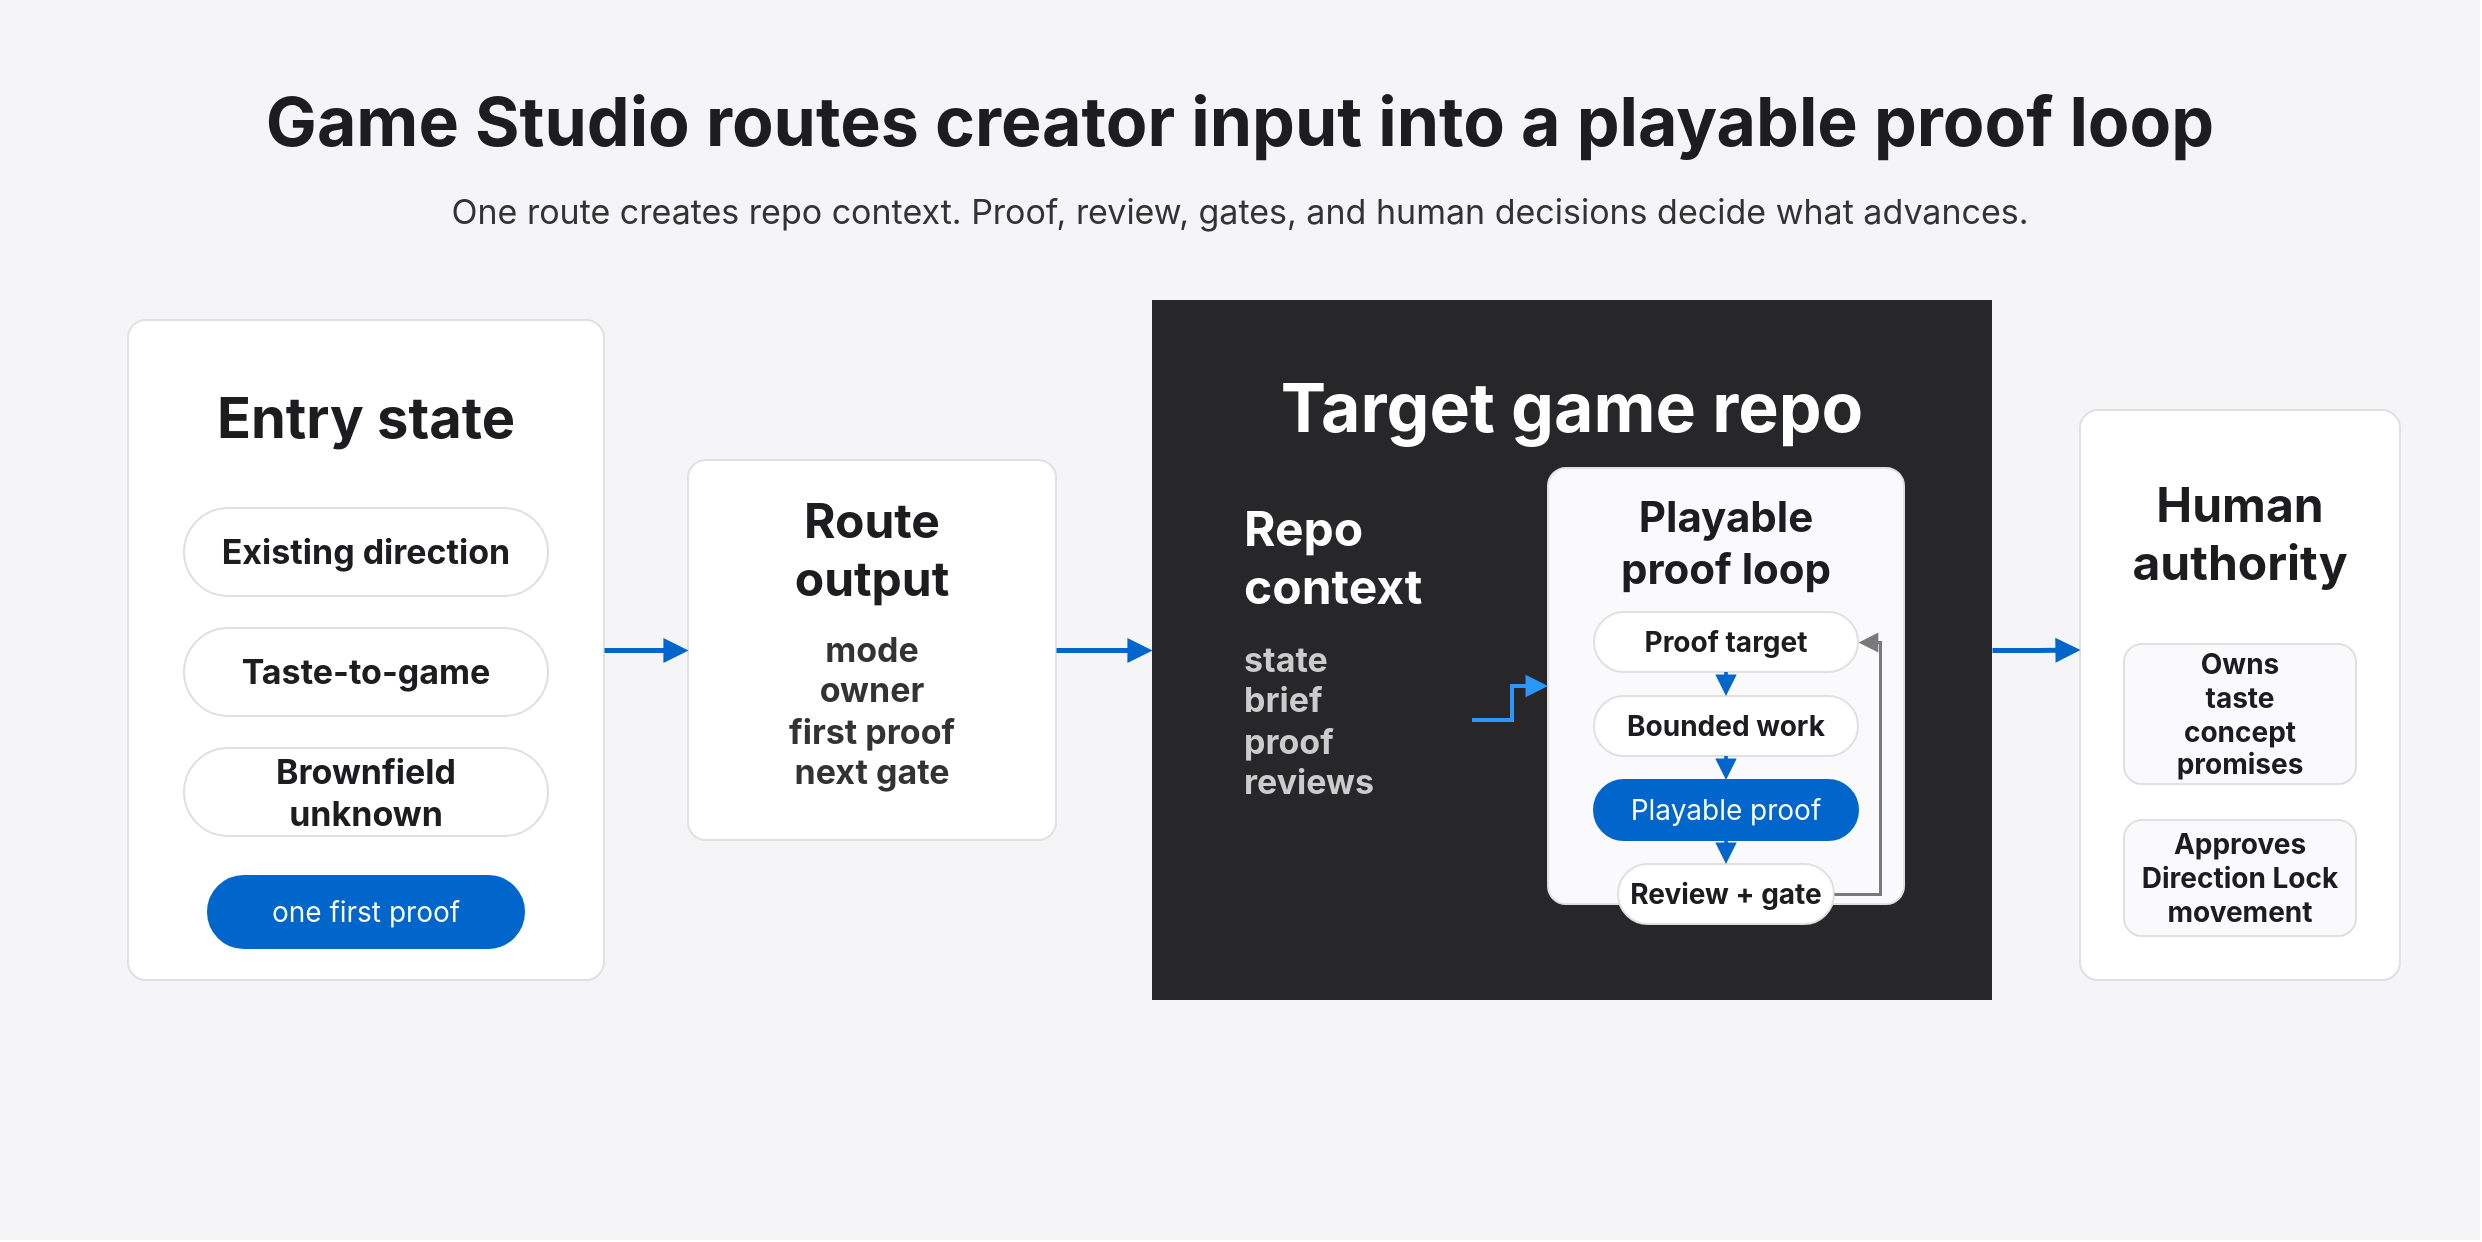
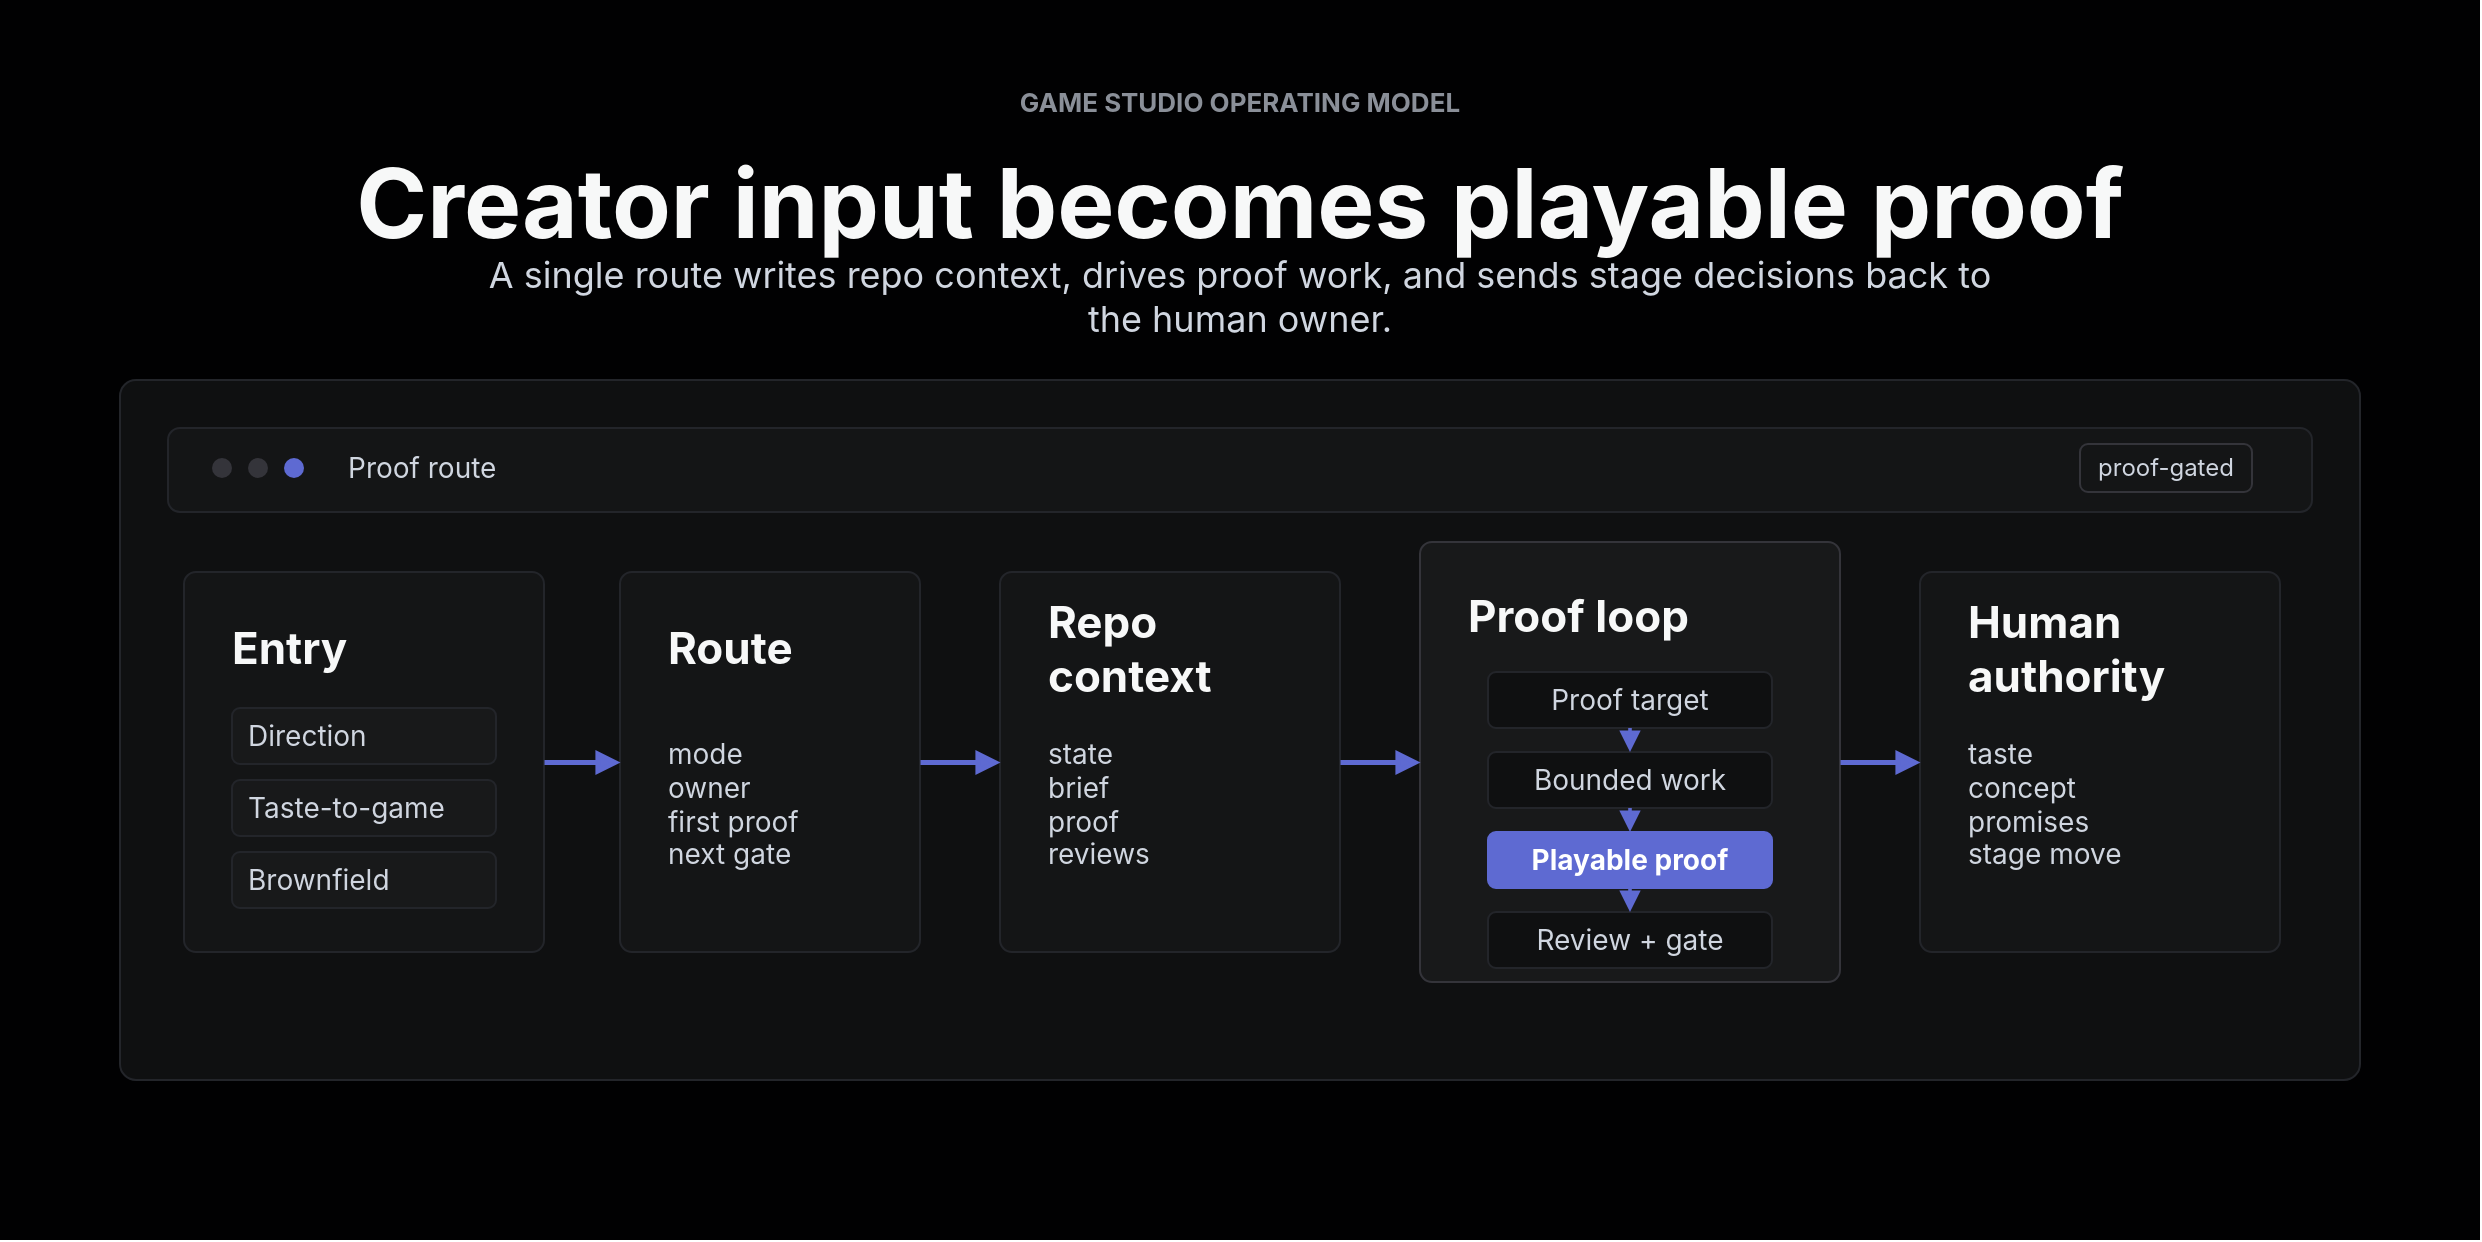
<mxfile host="app.diagrams.net" modified="2026-05-05T00:00:00.000Z" agent="Codex" version="24.7.17" type="device">
  <diagram id="game-studio-system-map" name="Game Studio system map">
    <mxGraphModel dx="1240" dy="620" grid="1" gridSize="10" guides="1" tooltips="1" connect="1" arrows="1" fold="1" page="1" pageScale="1" pageWidth="1240" pageHeight="620" math="0" shadow="0" adaptiveColors="auto">
      <root>
        <mxCell id="0" />
        <mxCell id="1" parent="0" />
-         <mxCell id="canvas" value="" style="rounded=0;whiteSpace=wrap;fillColor=#F5F5F7;strokeColor=none;container=1;pointerEvents=0;html=1;" vertex="1" parent="1">
+         <mxCell id="canvas" value="" style="rounded=0;whiteSpace=wrap;fillColor=#010102;strokeColor=none;container=1;pointerEvents=0;html=1;" vertex="1" parent="1">
          <mxGeometry x="0" y="0" width="1240" height="620" as="geometry" />
        </mxCell>
-         <mxCell id="title" value="Game Studio routes creator input into a playable proof loop" style="text;fontFamily=SF Pro Display,-apple-system,BlinkMacSystemFont,Inter,Helvetica,Arial;strokeColor=none;fillColor=none;align=center;verticalAlign=middle;whiteSpace=wrap;rounded=0;fontSize=34;fontStyle=1;fontColor=#1D1D1F;html=1;" vertex="1" parent="1">
-           <mxGeometry x="130" y="40" width="980" height="42" as="geometry" />
+         <mxCell id="eyebrow" value="GAME STUDIO OPERATING MODEL" style="text;fontFamily=Inter,SF Pro Display,-apple-system,system-ui,Segoe UI,Roboto;strokeColor=none;fillColor=none;align=center;verticalAlign=middle;whiteSpace=wrap;rounded=0;fontSize=13;fontStyle=1;fontColor=#8A8F98;spacing=0;html=1;" vertex="1" parent="1">
+           <mxGeometry x="420" y="42" width="400" height="18" as="geometry" />
        </mxCell>
-         <mxCell id="subtitle" value="One route creates repo context. Proof, review, gates, and human decisions decide what advances." style="text;fontFamily=SF Pro Text,-apple-system,BlinkMacSystemFont,Inter,Helvetica,Arial;strokeColor=none;fillColor=none;align=center;verticalAlign=middle;whiteSpace=wrap;rounded=0;fontSize=17;fontColor=#333333;html=1;" vertex="1" parent="1">
-           <mxGeometry x="220" y="92" width="800" height="28" as="geometry" />
+         <mxCell id="title" value="Creator input becomes playable proof" style="text;fontFamily=Inter,SF Pro Display,-apple-system,system-ui,Segoe UI,Roboto;strokeColor=none;fillColor=none;align=center;verticalAlign=middle;whiteSpace=wrap;rounded=0;fontSize=48;fontStyle=1;fontColor=#F7F8F8;spacing=0;html=1;" vertex="1" parent="1">
+           <mxGeometry x="150" y="72" width="940" height="58" as="geometry" />
        </mxCell>
-         <mxCell id="entry-card" value="" style="rounded=1;absoluteArcSize=1;arcSize=18;whiteSpace=wrap;fillColor=#FFFFFF;strokeColor=#E0E0E0;container=1;pointerEvents=0;html=1;" vertex="1" parent="1">
-           <mxGeometry x="64" y="160" width="238" height="330" as="geometry" />
+         <mxCell id="subtitle" value="A single route writes repo context, drives proof work, and sends stage decisions back to the human owner." style="text;fontFamily=Inter,SF Pro Display,-apple-system,system-ui,Segoe UI,Roboto;strokeColor=none;fillColor=none;align=center;verticalAlign=middle;whiteSpace=wrap;rounded=0;fontSize=18;fontColor=#D0D6E0;spacing=0;html=1;" vertex="1" parent="1">
+           <mxGeometry x="235" y="132" width="770" height="32" as="geometry" />
        </mxCell>
-         <mxCell id="entry-heading" value="Entry state" style="text;fontFamily=SF Pro Display,-apple-system,BlinkMacSystemFont,Inter,Helvetica,Arial;strokeColor=none;fillColor=none;align=center;verticalAlign=middle;whiteSpace=wrap;rounded=0;fontSize=28;fontStyle=1;fontColor=#1D1D1F;html=1;" vertex="1" parent="1">
-           <mxGeometry x="92" y="192" width="182" height="34" as="geometry" />
+         <mxCell id="screenshot-panel" value="" style="rounded=1;absoluteArcSize=1;arcSize=16;whiteSpace=wrap;fillColor=#0F1011;strokeColor=#23252A;container=1;pointerEvents=0;html=1;" vertex="1" parent="1">
+           <mxGeometry x="60" y="190" width="1120" height="350" as="geometry" />
        </mxCell>
-         <mxCell id="entry-direction" value="Existing direction" style="rounded=1;absoluteArcSize=1;arcSize=999;whiteSpace=wrap;fontFamily=SF Pro Text,-apple-system,BlinkMacSystemFont,Inter,Helvetica,Arial;spacing=8;fillColor=#FFFFFF;strokeColor=#E0E0E0;fontColor=#1D1D1F;fontSize=17;fontStyle=1;align=center;html=1;" vertex="1" parent="1">
-           <mxGeometry x="92" y="254" width="182" height="44" as="geometry" />
+         <mxCell id="panel-top" value="" style="rounded=1;absoluteArcSize=1;arcSize=12;whiteSpace=wrap;fillColor=#141516;strokeColor=#23252A;container=1;pointerEvents=0;html=1;" vertex="1" parent="1">
+           <mxGeometry x="84" y="214" width="1072" height="42" as="geometry" />
        </mxCell>
-         <mxCell id="entry-taste" value="Taste-to-game" style="rounded=1;absoluteArcSize=1;arcSize=999;whiteSpace=wrap;fontFamily=SF Pro Text,-apple-system,BlinkMacSystemFont,Inter,Helvetica,Arial;spacing=8;fillColor=#FFFFFF;strokeColor=#E0E0E0;fontColor=#1D1D1F;fontSize=17;fontStyle=1;align=center;html=1;" vertex="1" parent="1">
-           <mxGeometry x="92" y="314" width="182" height="44" as="geometry" />
+         <mxCell id="dot-a" value="" style="ellipse;whiteSpace=wrap;fillColor=#34343A;strokeColor=none;html=1;" vertex="1" parent="1">
+           <mxGeometry x="106" y="229" width="10" height="10" as="geometry" />
        </mxCell>
-         <mxCell id="entry-brownfield" value="Brownfield unknown" style="rounded=1;absoluteArcSize=1;arcSize=999;whiteSpace=wrap;fontFamily=SF Pro Text,-apple-system,BlinkMacSystemFont,Inter,Helvetica,Arial;spacing=8;fillColor=#FFFFFF;strokeColor=#E0E0E0;fontColor=#1D1D1F;fontSize=17;fontStyle=1;align=center;html=1;" vertex="1" parent="1">
-           <mxGeometry x="92" y="374" width="182" height="44" as="geometry" />
+         <mxCell id="dot-b" value="" style="ellipse;whiteSpace=wrap;fillColor=#34343A;strokeColor=none;html=1;" vertex="1" parent="1">
+           <mxGeometry x="124" y="229" width="10" height="10" as="geometry" />
        </mxCell>
-         <mxCell id="entry-first-proof" value="one first proof" style="rounded=1;absoluteArcSize=1;arcSize=999;whiteSpace=wrap;fontFamily=SF Pro Text,-apple-system,BlinkMacSystemFont,Inter,Helvetica,Arial;spacing=8;fillColor=#0066CC;strokeColor=#0066CC;fontColor=#FFFFFF;fontSize=14;align=center;html=1;" vertex="1" parent="1">
-           <mxGeometry x="104" y="438" width="158" height="36" as="geometry" />
+         <mxCell id="dot-c" value="" style="ellipse;whiteSpace=wrap;fillColor=#5E6AD2;strokeColor=none;html=1;" vertex="1" parent="1">
+           <mxGeometry x="142" y="229" width="10" height="10" as="geometry" />
        </mxCell>
-         <mxCell id="route-card" value="" style="rounded=1;absoluteArcSize=1;arcSize=18;whiteSpace=wrap;fillColor=#FFFFFF;strokeColor=#E0E0E0;container=1;pointerEvents=0;html=1;" vertex="1" parent="1">
-           <mxGeometry x="344" y="230" width="184" height="190" as="geometry" />
+         <mxCell id="panel-title" value="Proof route" style="text;fontFamily=Inter,SF Pro Display,-apple-system,system-ui,Segoe UI,Roboto;strokeColor=none;fillColor=none;align=left;verticalAlign=middle;whiteSpace=wrap;rounded=0;fontSize=14;fontColor=#D0D6E0;spacing=0;html=1;" vertex="1" parent="1">
+           <mxGeometry x="174" y="223" width="180" height="22" as="geometry" />
        </mxCell>
-         <mxCell id="route-title" value="Route output" style="text;fontFamily=SF Pro Display,-apple-system,BlinkMacSystemFont,Inter,Helvetica,Arial;strokeColor=none;fillColor=none;align=center;verticalAlign=middle;whiteSpace=wrap;rounded=0;fontSize=24;fontStyle=1;fontColor=#1D1D1F;html=1;" vertex="1" parent="1">
-           <mxGeometry x="372" y="260" width="128" height="30" as="geometry" />
+         <mxCell id="panel-status" value="proof-gated" style="rounded=1;absoluteArcSize=1;arcSize=8;whiteSpace=wrap;fontFamily=Inter,SF Pro Display,-apple-system,system-ui,Segoe UI,Roboto;spacing=8;fillColor=#141516;strokeColor=#34343A;fontColor=#D0D6E0;fontSize=12;align=center;html=1;" vertex="1" parent="1">
+           <mxGeometry x="1040" y="222" width="86" height="24" as="geometry" />
        </mxCell>
-         <mxCell id="route-list" value="mode&#xa;owner&#xa;first proof&#xa;next gate" style="text;fontFamily=SF Pro Text,-apple-system,BlinkMacSystemFont,Inter,Helvetica,Arial;strokeColor=none;fillColor=none;align=center;verticalAlign=middle;whiteSpace=wrap;rounded=0;fontSize=17;fontStyle=1;fontColor=#333333;html=1;" vertex="1" parent="1">
-           <mxGeometry x="384" y="314" width="104" height="82" as="geometry" />
+         <mxCell id="entry-card" value="" style="rounded=1;absoluteArcSize=1;arcSize=12;whiteSpace=wrap;fillColor=#141516;strokeColor=#23252A;container=1;pointerEvents=0;html=1;" vertex="1" parent="1">
+           <mxGeometry x="92" y="286" width="180" height="190" as="geometry" />
        </mxCell>
-         <mxCell id="repo-tile" value="" style="rounded=0;whiteSpace=wrap;fillColor=#272729;strokeColor=none;container=1;pointerEvents=0;html=1;" vertex="1" parent="1">
-           <mxGeometry x="576" y="150" width="420" height="350" as="geometry" />
+         <mxCell id="entry-title" value="Entry" style="text;fontFamily=Inter,SF Pro Display,-apple-system,system-ui,Segoe UI,Roboto;strokeColor=none;fillColor=none;align=left;verticalAlign=middle;whiteSpace=wrap;rounded=0;fontSize=22;fontStyle=1;fontColor=#F7F8F8;spacing=0;html=1;" vertex="1" parent="1">
+           <mxGeometry x="116" y="310" width="132" height="28" as="geometry" />
        </mxCell>
-         <mxCell id="repo-title" value="Target game repo" style="text;fontFamily=SF Pro Display,-apple-system,BlinkMacSystemFont,Inter,Helvetica,Arial;strokeColor=none;fillColor=none;align=center;verticalAlign=middle;whiteSpace=wrap;rounded=0;fontSize=34;fontStyle=1;fontColor=#FFFFFF;html=1;" vertex="1" parent="1">
-           <mxGeometry x="614" y="184" width="344" height="40" as="geometry" />
+         <mxCell id="entry-row-1" value="Direction" style="rounded=1;absoluteArcSize=1;arcSize=8;whiteSpace=wrap;fontFamily=Inter,SF Pro Display,-apple-system,system-ui,Segoe UI,Roboto;spacing=8;fillColor=#18191A;strokeColor=#23252A;fontColor=#D0D6E0;fontSize=14;align=left;html=1;" vertex="1" parent="1">
+           <mxGeometry x="116" y="354" width="132" height="28" as="geometry" />
        </mxCell>
-         <mxCell id="context-title" value="Repo context" style="text;fontFamily=SF Pro Display,-apple-system,BlinkMacSystemFont,Inter,Helvetica,Arial;strokeColor=none;fillColor=none;align=left;verticalAlign=middle;whiteSpace=wrap;rounded=0;fontSize=24;fontStyle=1;fontColor=#FFFFFF;html=1;" vertex="1" parent="1">
-           <mxGeometry x="620" y="264" width="150" height="30" as="geometry" />
+         <mxCell id="entry-row-2" value="Taste-to-game" style="rounded=1;absoluteArcSize=1;arcSize=8;whiteSpace=wrap;fontFamily=Inter,SF Pro Display,-apple-system,system-ui,Segoe UI,Roboto;spacing=8;fillColor=#18191A;strokeColor=#23252A;fontColor=#D0D6E0;fontSize=14;align=left;html=1;" vertex="1" parent="1">
+           <mxGeometry x="116" y="390" width="132" height="28" as="geometry" />
        </mxCell>
-         <mxCell id="context-list" value="state&#xa;brief&#xa;proof&#xa;reviews" style="text;fontFamily=SF Pro Text,-apple-system,BlinkMacSystemFont,Inter,Helvetica,Arial;strokeColor=none;fillColor=none;align=left;verticalAlign=middle;whiteSpace=wrap;rounded=0;fontSize=17;fontStyle=1;fontColor=#CCCCCC;html=1;" vertex="1" parent="1">
-           <mxGeometry x="620" y="318" width="116" height="84" as="geometry" />
+         <mxCell id="entry-row-3" value="Brownfield" style="rounded=1;absoluteArcSize=1;arcSize=8;whiteSpace=wrap;fontFamily=Inter,SF Pro Display,-apple-system,system-ui,Segoe UI,Roboto;spacing=8;fillColor=#18191A;strokeColor=#23252A;fontColor=#D0D6E0;fontSize=14;align=left;html=1;" vertex="1" parent="1">
+           <mxGeometry x="116" y="426" width="132" height="28" as="geometry" />
        </mxCell>
-         <mxCell id="proof-card" value="" style="rounded=1;absoluteArcSize=1;arcSize=18;whiteSpace=wrap;fillColor=#FAFAFC;strokeColor=#E0E0E0;container=1;pointerEvents=0;html=1;" vertex="1" parent="1">
-           <mxGeometry x="774" y="234" width="178" height="218" as="geometry" />
+         <mxCell id="route-card" value="" style="rounded=1;absoluteArcSize=1;arcSize=12;whiteSpace=wrap;fillColor=#141516;strokeColor=#23252A;container=1;pointerEvents=0;html=1;" vertex="1" parent="1">
+           <mxGeometry x="310" y="286" width="150" height="190" as="geometry" />
        </mxCell>
-         <mxCell id="proof-title" value="Playable proof loop" style="text;fontFamily=SF Pro Display,-apple-system,BlinkMacSystemFont,Inter,Helvetica,Arial;strokeColor=none;fillColor=none;align=center;verticalAlign=middle;whiteSpace=wrap;rounded=0;fontSize=21;fontStyle=1;fontColor=#1D1D1F;html=1;" vertex="1" parent="1">
-           <mxGeometry x="796" y="258" width="134" height="26" as="geometry" />
+         <mxCell id="route-title" value="Route" style="text;fontFamily=Inter,SF Pro Display,-apple-system,system-ui,Segoe UI,Roboto;strokeColor=none;fillColor=none;align=left;verticalAlign=middle;whiteSpace=wrap;rounded=0;fontSize=22;fontStyle=1;fontColor=#F7F8F8;spacing=0;html=1;" vertex="1" parent="1">
+           <mxGeometry x="334" y="310" width="102" height="28" as="geometry" />
        </mxCell>
-         <mxCell id="proof-target" value="Proof target" style="rounded=1;absoluteArcSize=1;arcSize=999;whiteSpace=wrap;fontFamily=SF Pro Text,-apple-system,BlinkMacSystemFont,Inter,Helvetica,Arial;spacing=6;fillColor=#FFFFFF;strokeColor=#E0E0E0;fontColor=#1D1D1F;fontSize=14;fontStyle=1;align=center;html=1;" vertex="1" parent="1">
-           <mxGeometry x="797" y="306" width="132" height="30" as="geometry" />
+         <mxCell id="route-list" value="mode&#xa;owner&#xa;first proof&#xa;next gate" style="text;fontFamily=Inter,SF Pro Display,-apple-system,system-ui,Segoe UI,Roboto;strokeColor=none;fillColor=none;align=left;verticalAlign=middle;whiteSpace=wrap;rounded=0;fontSize=14;fontColor=#D0D6E0;spacing=0;html=1;" vertex="1" parent="1">
+           <mxGeometry x="334" y="362" width="98" height="80" as="geometry" />
        </mxCell>
-         <mxCell id="proof-work" value="Bounded work" style="rounded=1;absoluteArcSize=1;arcSize=999;whiteSpace=wrap;fontFamily=SF Pro Text,-apple-system,BlinkMacSystemFont,Inter,Helvetica,Arial;spacing=6;fillColor=#FFFFFF;strokeColor=#E0E0E0;fontColor=#1D1D1F;fontSize=14;fontStyle=1;align=center;html=1;" vertex="1" parent="1">
-           <mxGeometry x="797" y="348" width="132" height="30" as="geometry" />
+         <mxCell id="context-card" value="" style="rounded=1;absoluteArcSize=1;arcSize=12;whiteSpace=wrap;fillColor=#141516;strokeColor=#23252A;container=1;pointerEvents=0;html=1;" vertex="1" parent="1">
+           <mxGeometry x="500" y="286" width="170" height="190" as="geometry" />
        </mxCell>
-         <mxCell id="proof-playable" value="Playable proof" style="rounded=1;absoluteArcSize=1;arcSize=999;whiteSpace=wrap;fontFamily=SF Pro Text,-apple-system,BlinkMacSystemFont,Inter,Helvetica,Arial;spacing=6;fillColor=#0066CC;strokeColor=#0066CC;fontColor=#FFFFFF;fontSize=14;align=center;html=1;" vertex="1" parent="1">
-           <mxGeometry x="797" y="390" width="132" height="30" as="geometry" />
+         <mxCell id="context-title" value="Repo context" style="text;fontFamily=Inter,SF Pro Display,-apple-system,system-ui,Segoe UI,Roboto;strokeColor=none;fillColor=none;align=left;verticalAlign=middle;whiteSpace=wrap;rounded=0;fontSize=22;fontStyle=1;fontColor=#F7F8F8;spacing=0;html=1;" vertex="1" parent="1">
+           <mxGeometry x="524" y="310" width="122" height="28" as="geometry" />
        </mxCell>
-         <mxCell id="proof-review" value="Review + gate" style="rounded=1;absoluteArcSize=1;arcSize=999;whiteSpace=wrap;fontFamily=SF Pro Text,-apple-system,BlinkMacSystemFont,Inter,Helvetica,Arial;spacing=6;fillColor=#FFFFFF;strokeColor=#E0E0E0;fontColor=#1D1D1F;fontSize=14;fontStyle=1;align=center;html=1;" vertex="1" parent="1">
-           <mxGeometry x="809" y="432" width="108" height="30" as="geometry" />
+         <mxCell id="context-list" value="state&#xa;brief&#xa;proof&#xa;reviews" style="text;fontFamily=Inter,SF Pro Display,-apple-system,system-ui,Segoe UI,Roboto;strokeColor=none;fillColor=none;align=left;verticalAlign=middle;whiteSpace=wrap;rounded=0;fontSize=14;fontColor=#D0D6E0;spacing=0;html=1;" vertex="1" parent="1">
+           <mxGeometry x="524" y="362" width="98" height="80" as="geometry" />
        </mxCell>
-         <mxCell id="human-card" value="" style="rounded=1;absoluteArcSize=1;arcSize=18;whiteSpace=wrap;fillColor=#FFFFFF;strokeColor=#E0E0E0;container=1;pointerEvents=0;html=1;" vertex="1" parent="1">
-           <mxGeometry x="1040" y="205" width="160" height="285" as="geometry" />
+         <mxCell id="proof-card" value="" style="rounded=1;absoluteArcSize=1;arcSize=12;whiteSpace=wrap;fillColor=#18191A;strokeColor=#34343A;container=1;pointerEvents=0;html=1;" vertex="1" parent="1">
+           <mxGeometry x="710" y="271" width="210" height="220" as="geometry" />
        </mxCell>
-         <mxCell id="human-title" value="Human&#xa;authority" style="text;fontFamily=SF Pro Display,-apple-system,BlinkMacSystemFont,Inter,Helvetica,Arial;strokeColor=none;fillColor=none;align=center;verticalAlign=middle;whiteSpace=wrap;rounded=0;fontSize=24;fontStyle=1;fontColor=#1D1D1F;html=1;" vertex="1" parent="1">
-           <mxGeometry x="1060" y="238" width="120" height="58" as="geometry" />
+         <mxCell id="proof-title" value="Proof loop" style="text;fontFamily=Inter,SF Pro Display,-apple-system,system-ui,Segoe UI,Roboto;strokeColor=none;fillColor=none;align=left;verticalAlign=middle;whiteSpace=wrap;rounded=0;fontSize=22;fontStyle=1;fontColor=#F7F8F8;spacing=0;html=1;" vertex="1" parent="1">
+           <mxGeometry x="734" y="294" width="160" height="28" as="geometry" />
        </mxCell>
-         <mxCell id="human-owns" value="Owns&#xa;taste&#xa;concept&#xa;promises" style="rounded=1;absoluteArcSize=1;arcSize=18;whiteSpace=wrap;fontFamily=SF Pro Text,-apple-system,BlinkMacSystemFont,Inter,Helvetica,Arial;spacing=8;fillColor=#FAFAFC;strokeColor=#E0E0E0;fontColor=#1D1D1F;fontSize=14;fontStyle=1;align=center;html=1;" vertex="1" parent="1">
-           <mxGeometry x="1062" y="322" width="116" height="70" as="geometry" />
+         <mxCell id="proof-target" value="Proof target" style="rounded=1;absoluteArcSize=1;arcSize=8;whiteSpace=wrap;fontFamily=Inter,SF Pro Display,-apple-system,system-ui,Segoe UI,Roboto;spacing=6;fillColor=#0F1011;strokeColor=#23252A;fontColor=#D0D6E0;fontSize=14;align=center;html=1;" vertex="1" parent="1">
+           <mxGeometry x="744" y="336" width="142" height="28" as="geometry" />
        </mxCell>
-         <mxCell id="human-approves" value="Approves&#xa;Direction Lock&#xa;movement" style="rounded=1;absoluteArcSize=1;arcSize=18;whiteSpace=wrap;fontFamily=SF Pro Text,-apple-system,BlinkMacSystemFont,Inter,Helvetica,Arial;spacing=8;fillColor=#FAFAFC;strokeColor=#E0E0E0;fontColor=#1D1D1F;fontSize=14;fontStyle=1;align=center;html=1;" vertex="1" parent="1">
-           <mxGeometry x="1062" y="410" width="116" height="58" as="geometry" />
+         <mxCell id="proof-work" value="Bounded work" style="rounded=1;absoluteArcSize=1;arcSize=8;whiteSpace=wrap;fontFamily=Inter,SF Pro Display,-apple-system,system-ui,Segoe UI,Roboto;spacing=6;fillColor=#0F1011;strokeColor=#23252A;fontColor=#D0D6E0;fontSize=14;align=center;html=1;" vertex="1" parent="1">
+           <mxGeometry x="744" y="376" width="142" height="28" as="geometry" />
        </mxCell>
-         <mxCell id="entry-to-route" value="" style="edgeStyle=orthogonalEdgeStyle;rounded=0;orthogonalLoop=1;jettySize=auto;fontFamily=SF Pro Text,-apple-system,BlinkMacSystemFont,Inter,Helvetica,Arial;strokeColor=#0066CC;strokeWidth=2.5;fontColor=#0066CC;fontSize=13;endArrow=block;endFill=1;exitX=1;exitY=0.5;entryX=0;entryY=0.5;html=1;" edge="1" parent="1" source="entry-card" target="route-card">
+         <mxCell id="proof-playable" value="Playable proof" style="rounded=1;absoluteArcSize=1;arcSize=8;whiteSpace=wrap;fontFamily=Inter,SF Pro Display,-apple-system,system-ui,Segoe UI,Roboto;spacing=6;fillColor=#5E6AD2;strokeColor=#5E6AD2;fontColor=#FFFFFF;fontSize=14;fontStyle=1;align=center;html=1;" vertex="1" parent="1">
+           <mxGeometry x="744" y="416" width="142" height="28" as="geometry" />
+         </mxCell>
+         <mxCell id="proof-review" value="Review + gate" style="rounded=1;absoluteArcSize=1;arcSize=8;whiteSpace=wrap;fontFamily=Inter,SF Pro Display,-apple-system,system-ui,Segoe UI,Roboto;spacing=6;fillColor=#0F1011;strokeColor=#23252A;fontColor=#D0D6E0;fontSize=14;align=center;html=1;" vertex="1" parent="1">
+           <mxGeometry x="744" y="456" width="142" height="28" as="geometry" />
+         </mxCell>
+         <mxCell id="human-card" value="" style="rounded=1;absoluteArcSize=1;arcSize=12;whiteSpace=wrap;fillColor=#141516;strokeColor=#23252A;container=1;pointerEvents=0;html=1;" vertex="1" parent="1">
+           <mxGeometry x="960" y="286" width="180" height="190" as="geometry" />
+         </mxCell>
+         <mxCell id="human-title" value="Human authority" style="text;fontFamily=Inter,SF Pro Display,-apple-system,system-ui,Segoe UI,Roboto;strokeColor=none;fillColor=none;align=left;verticalAlign=middle;whiteSpace=wrap;rounded=0;fontSize=22;fontStyle=1;fontColor=#F7F8F8;spacing=0;html=1;" vertex="1" parent="1">
+           <mxGeometry x="984" y="310" width="132" height="28" as="geometry" />
+         </mxCell>
+         <mxCell id="human-list" value="taste&#xa;concept&#xa;promises&#xa;stage move" style="text;fontFamily=Inter,SF Pro Display,-apple-system,system-ui,Segoe UI,Roboto;strokeColor=none;fillColor=none;align=left;verticalAlign=middle;whiteSpace=wrap;rounded=0;fontSize=14;fontColor=#D0D6E0;spacing=0;html=1;" vertex="1" parent="1">
+           <mxGeometry x="984" y="362" width="124" height="80" as="geometry" />
+         </mxCell>
+         <mxCell id="entry-to-route" value="" style="edgeStyle=orthogonalEdgeStyle;rounded=0;orthogonalLoop=1;jettySize=auto;fontFamily=Inter,SF Pro Display,-apple-system,system-ui,Segoe UI,Roboto;strokeColor=#5E6AD2;strokeWidth=2.5;endArrow=block;endFill=1;exitX=1;exitY=0.5;entryX=0;entryY=0.5;html=1;" edge="1" parent="1" source="entry-card" target="route-card">
          <mxGeometry relative="1" as="geometry" />
        </mxCell>
-         <mxCell id="route-to-repo" value="" style="edgeStyle=orthogonalEdgeStyle;rounded=0;orthogonalLoop=1;jettySize=auto;fontFamily=SF Pro Text,-apple-system,BlinkMacSystemFont,Inter,Helvetica,Arial;strokeColor=#0066CC;strokeWidth=2.5;fontColor=#0066CC;fontSize=13;endArrow=block;endFill=1;exitX=1;exitY=0.5;entryX=0;entryY=0.5;html=1;" edge="1" parent="1" source="route-card" target="repo-tile">
+         <mxCell id="route-to-context" value="" style="edgeStyle=orthogonalEdgeStyle;rounded=0;orthogonalLoop=1;jettySize=auto;fontFamily=Inter,SF Pro Display,-apple-system,system-ui,Segoe UI,Roboto;strokeColor=#5E6AD2;strokeWidth=2.5;endArrow=block;endFill=1;exitX=1;exitY=0.5;entryX=0;entryY=0.5;html=1;" edge="1" parent="1" source="route-card" target="context-card">
          <mxGeometry relative="1" as="geometry" />
        </mxCell>
-         <mxCell id="context-to-proof" value="" style="edgeStyle=orthogonalEdgeStyle;rounded=0;orthogonalLoop=1;jettySize=auto;fontFamily=SF Pro Text,-apple-system,BlinkMacSystemFont,Inter,Helvetica,Arial;strokeColor=#2997FF;strokeWidth=2;fontColor=#2997FF;fontSize=13;endArrow=block;endFill=1;exitX=1;exitY=0.5;entryX=0;entryY=0.5;html=1;" edge="1" parent="1" source="context-list" target="proof-card">
+         <mxCell id="context-to-proof" value="" style="edgeStyle=orthogonalEdgeStyle;rounded=0;orthogonalLoop=1;jettySize=auto;fontFamily=Inter,SF Pro Display,-apple-system,system-ui,Segoe UI,Roboto;strokeColor=#5E6AD2;strokeWidth=2.5;endArrow=block;endFill=1;exitX=1;exitY=0.5;entryX=0;entryY=0.5;html=1;" edge="1" parent="1" source="context-card" target="proof-card">
          <mxGeometry relative="1" as="geometry" />
        </mxCell>
-         <mxCell id="repo-to-human" value="" style="edgeStyle=orthogonalEdgeStyle;rounded=0;orthogonalLoop=1;jettySize=auto;fontFamily=SF Pro Text,-apple-system,BlinkMacSystemFont,Inter,Helvetica,Arial;strokeColor=#0066CC;strokeWidth=2.5;fontColor=#0066CC;fontSize=13;endArrow=block;endFill=1;exitX=1;exitY=0.5;entryX=0;entryY=0.42;html=1;" edge="1" parent="1" source="repo-tile" target="human-card">
+         <mxCell id="proof-to-human" value="" style="edgeStyle=orthogonalEdgeStyle;rounded=0;orthogonalLoop=1;jettySize=auto;fontFamily=Inter,SF Pro Display,-apple-system,system-ui,Segoe UI,Roboto;strokeColor=#5E6AD2;strokeWidth=2.5;endArrow=block;endFill=1;exitX=1;exitY=0.5;entryX=0;entryY=0.5;html=1;" edge="1" parent="1" source="proof-card" target="human-card">
          <mxGeometry relative="1" as="geometry" />
        </mxCell>
-         <mxCell id="edge-proof-target-work" value="" style="edgeStyle=orthogonalEdgeStyle;rounded=0;orthogonalLoop=1;jettySize=auto;fontFamily=SF Pro Text,-apple-system,BlinkMacSystemFont,Inter,Helvetica,Arial;strokeColor=#0066CC;strokeWidth=1.8;endArrow=block;endFill=1;exitX=0.5;exitY=1;entryX=0.5;entryY=0;html=1;" edge="1" parent="1" source="proof-target" target="proof-work">
+         <mxCell id="target-to-work" value="" style="edgeStyle=orthogonalEdgeStyle;rounded=0;orthogonalLoop=1;jettySize=auto;fontFamily=Inter,SF Pro Display,-apple-system,system-ui,Segoe UI,Roboto;strokeColor=#5E6AD2;strokeWidth=1.8;endArrow=block;endFill=1;exitX=0.5;exitY=1;entryX=0.5;entryY=0;html=1;" edge="1" parent="1" source="proof-target" target="proof-work">
          <mxGeometry relative="1" as="geometry" />
        </mxCell>
-         <mxCell id="edge-proof-work-playable" value="" style="edgeStyle=orthogonalEdgeStyle;rounded=0;orthogonalLoop=1;jettySize=auto;fontFamily=SF Pro Text,-apple-system,BlinkMacSystemFont,Inter,Helvetica,Arial;strokeColor=#0066CC;strokeWidth=1.8;endArrow=block;endFill=1;exitX=0.5;exitY=1;entryX=0.5;entryY=0;html=1;" edge="1" parent="1" source="proof-work" target="proof-playable">
+         <mxCell id="work-to-playable" value="" style="edgeStyle=orthogonalEdgeStyle;rounded=0;orthogonalLoop=1;jettySize=auto;fontFamily=Inter,SF Pro Display,-apple-system,system-ui,Segoe UI,Roboto;strokeColor=#5E6AD2;strokeWidth=1.8;endArrow=block;endFill=1;exitX=0.5;exitY=1;entryX=0.5;entryY=0;html=1;" edge="1" parent="1" source="proof-work" target="proof-playable">
          <mxGeometry relative="1" as="geometry" />
        </mxCell>
-         <mxCell id="edge-proof-playable-review" value="" style="edgeStyle=orthogonalEdgeStyle;rounded=0;orthogonalLoop=1;jettySize=auto;fontFamily=SF Pro Text,-apple-system,BlinkMacSystemFont,Inter,Helvetica,Arial;strokeColor=#0066CC;strokeWidth=1.8;endArrow=block;endFill=1;exitX=0.5;exitY=1;entryX=0.5;entryY=0;html=1;" edge="1" parent="1" source="proof-playable" target="proof-review">
+         <mxCell id="playable-to-review" value="" style="edgeStyle=orthogonalEdgeStyle;rounded=0;orthogonalLoop=1;jettySize=auto;fontFamily=Inter,SF Pro Display,-apple-system,system-ui,Segoe UI,Roboto;strokeColor=#5E6AD2;strokeWidth=1.8;endArrow=block;endFill=1;exitX=0.5;exitY=1;entryX=0.5;entryY=0;html=1;" edge="1" parent="1" source="proof-playable" target="proof-review">
          <mxGeometry relative="1" as="geometry" />
-         </mxCell>
-         <mxCell id="edge-proof-review-target" value="" style="edgeStyle=orthogonalEdgeStyle;rounded=0;orthogonalLoop=1;jettySize=auto;fontFamily=SF Pro Text,-apple-system,BlinkMacSystemFont,Inter,Helvetica,Arial;strokeColor=#7A7A7A;strokeWidth=1.5;fontColor=#7A7A7A;fontSize=12;endArrow=block;endFill=1;exitX=1;exitY=0.5;entryX=1;entryY=0.5;html=1;" edge="1" parent="1" source="proof-review" target="proof-target">
-           <mxGeometry relative="1" as="geometry">
-             <Array as="points">
-               <mxPoint x="940" y="447" />
-               <mxPoint x="940" y="321" />
-             </Array>
-           </mxGeometry>
        </mxCell>
      </root>
    </mxGraphModel>
  </diagram>
</mxfile>
